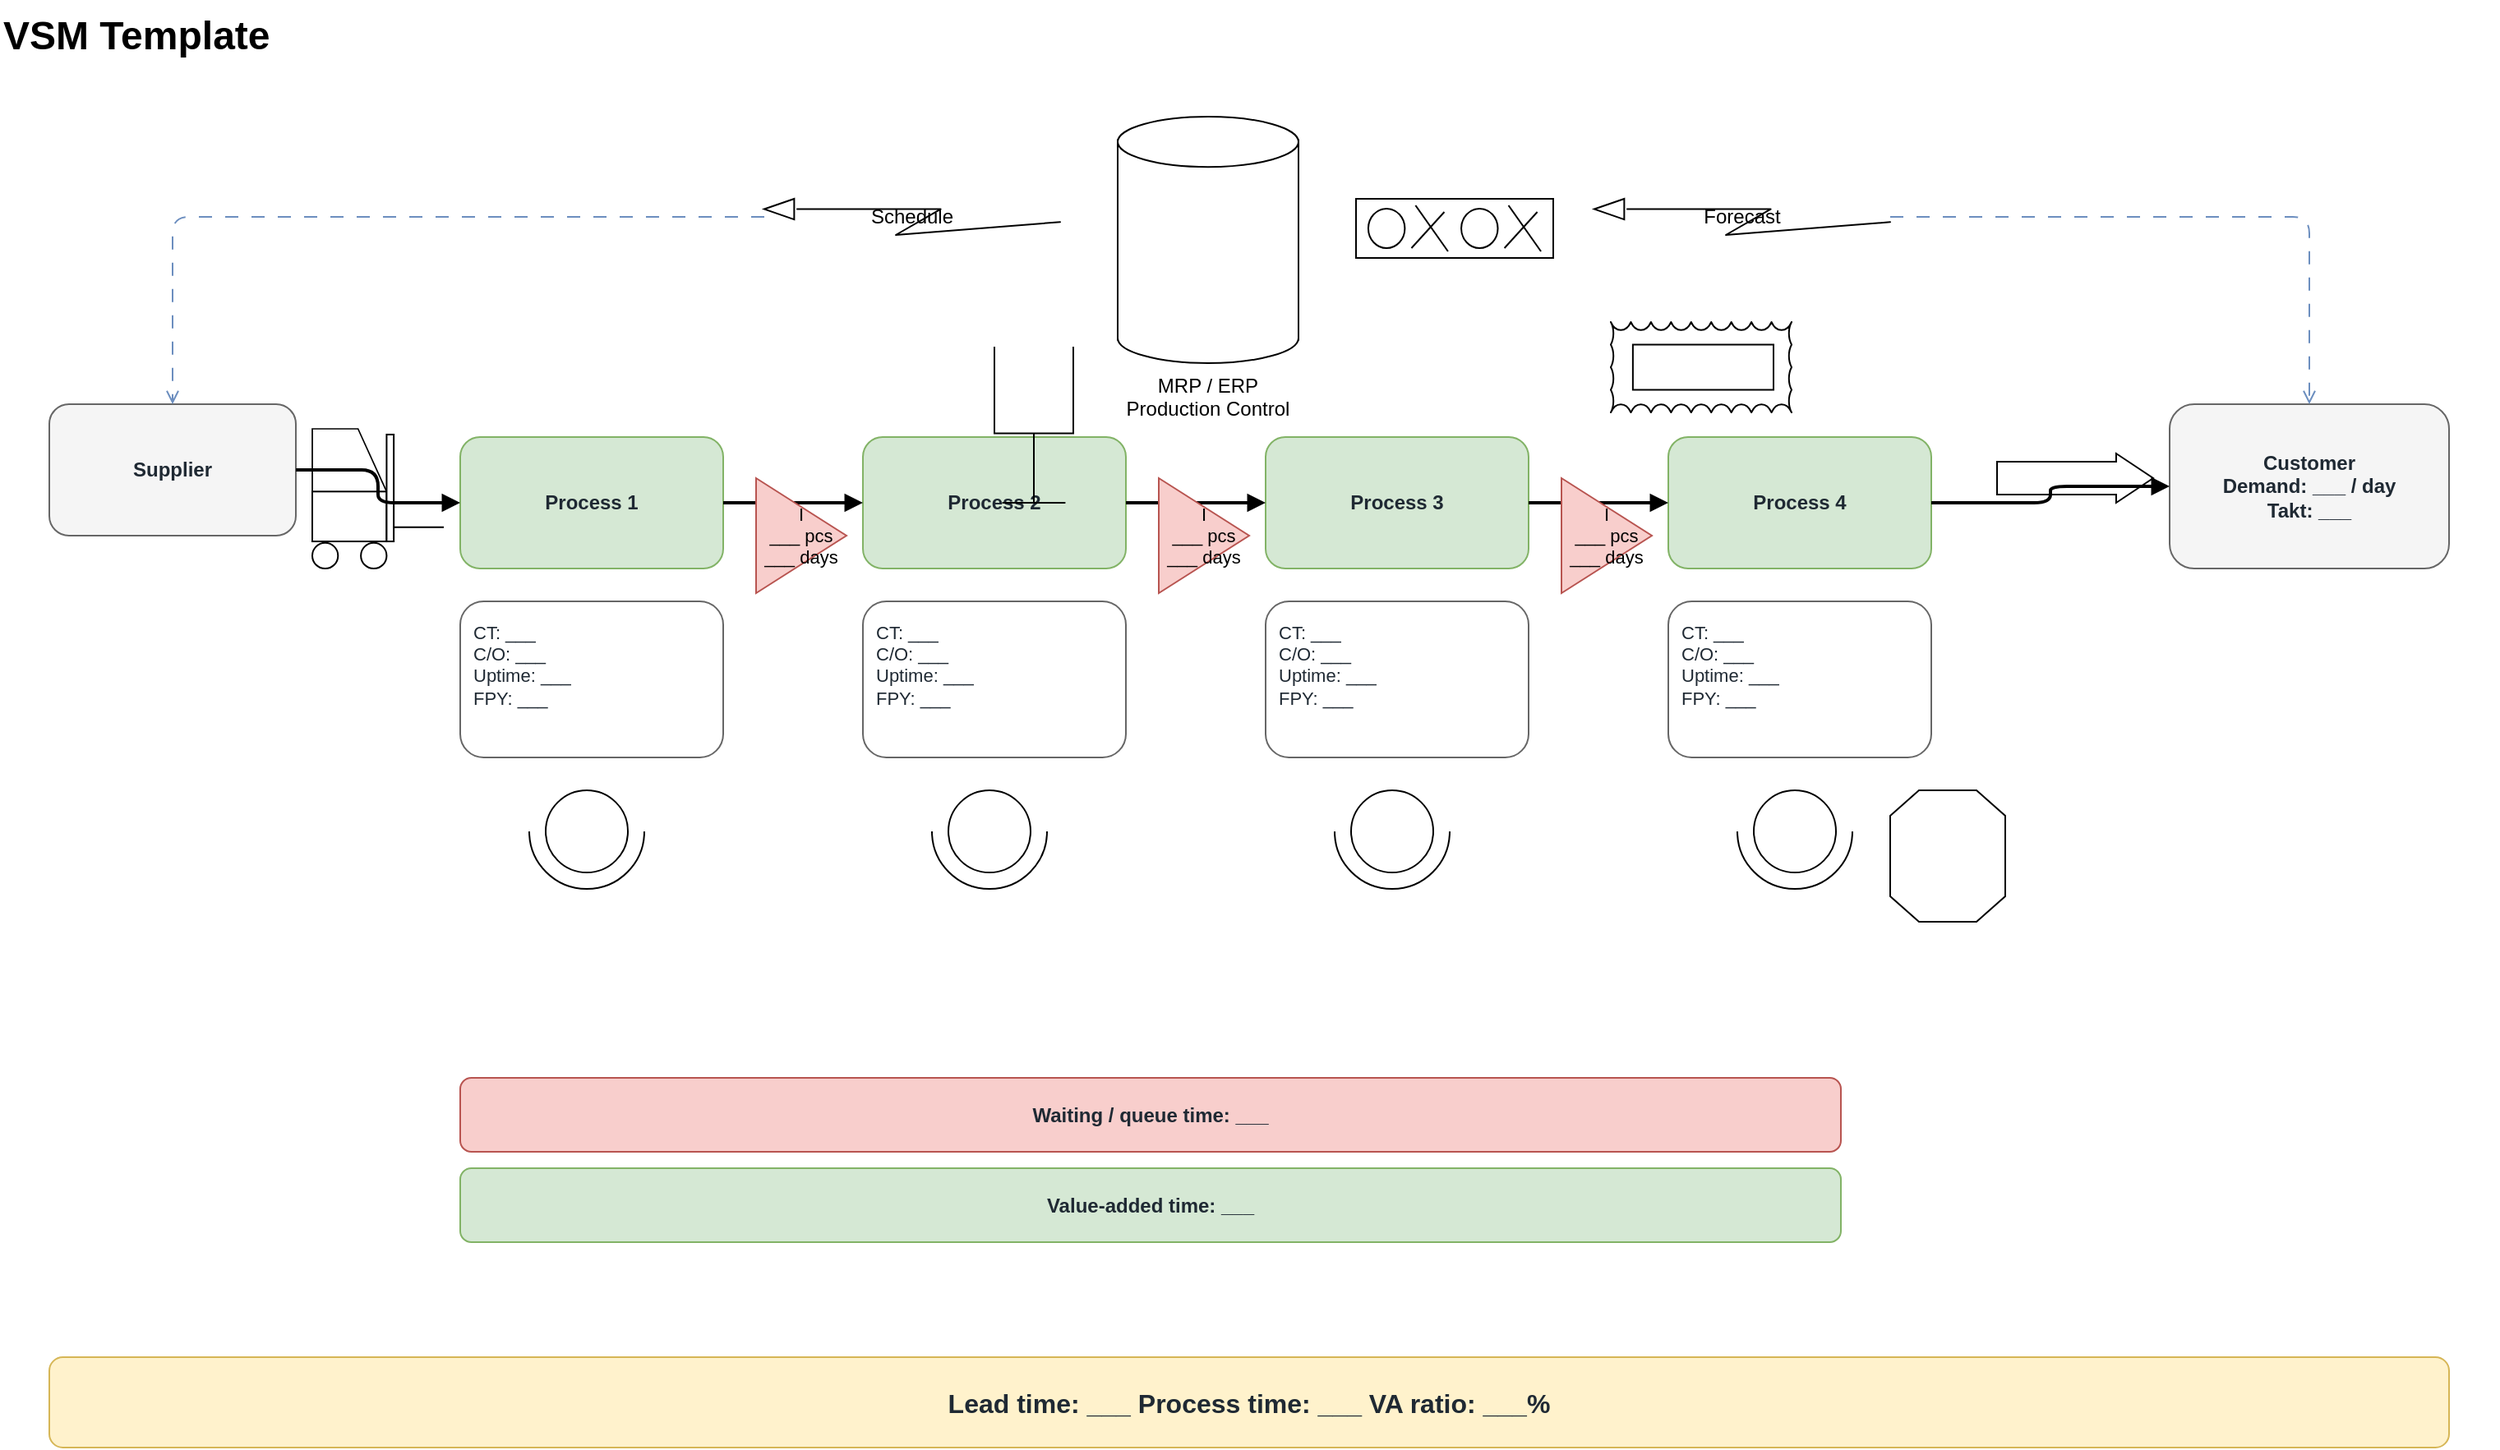
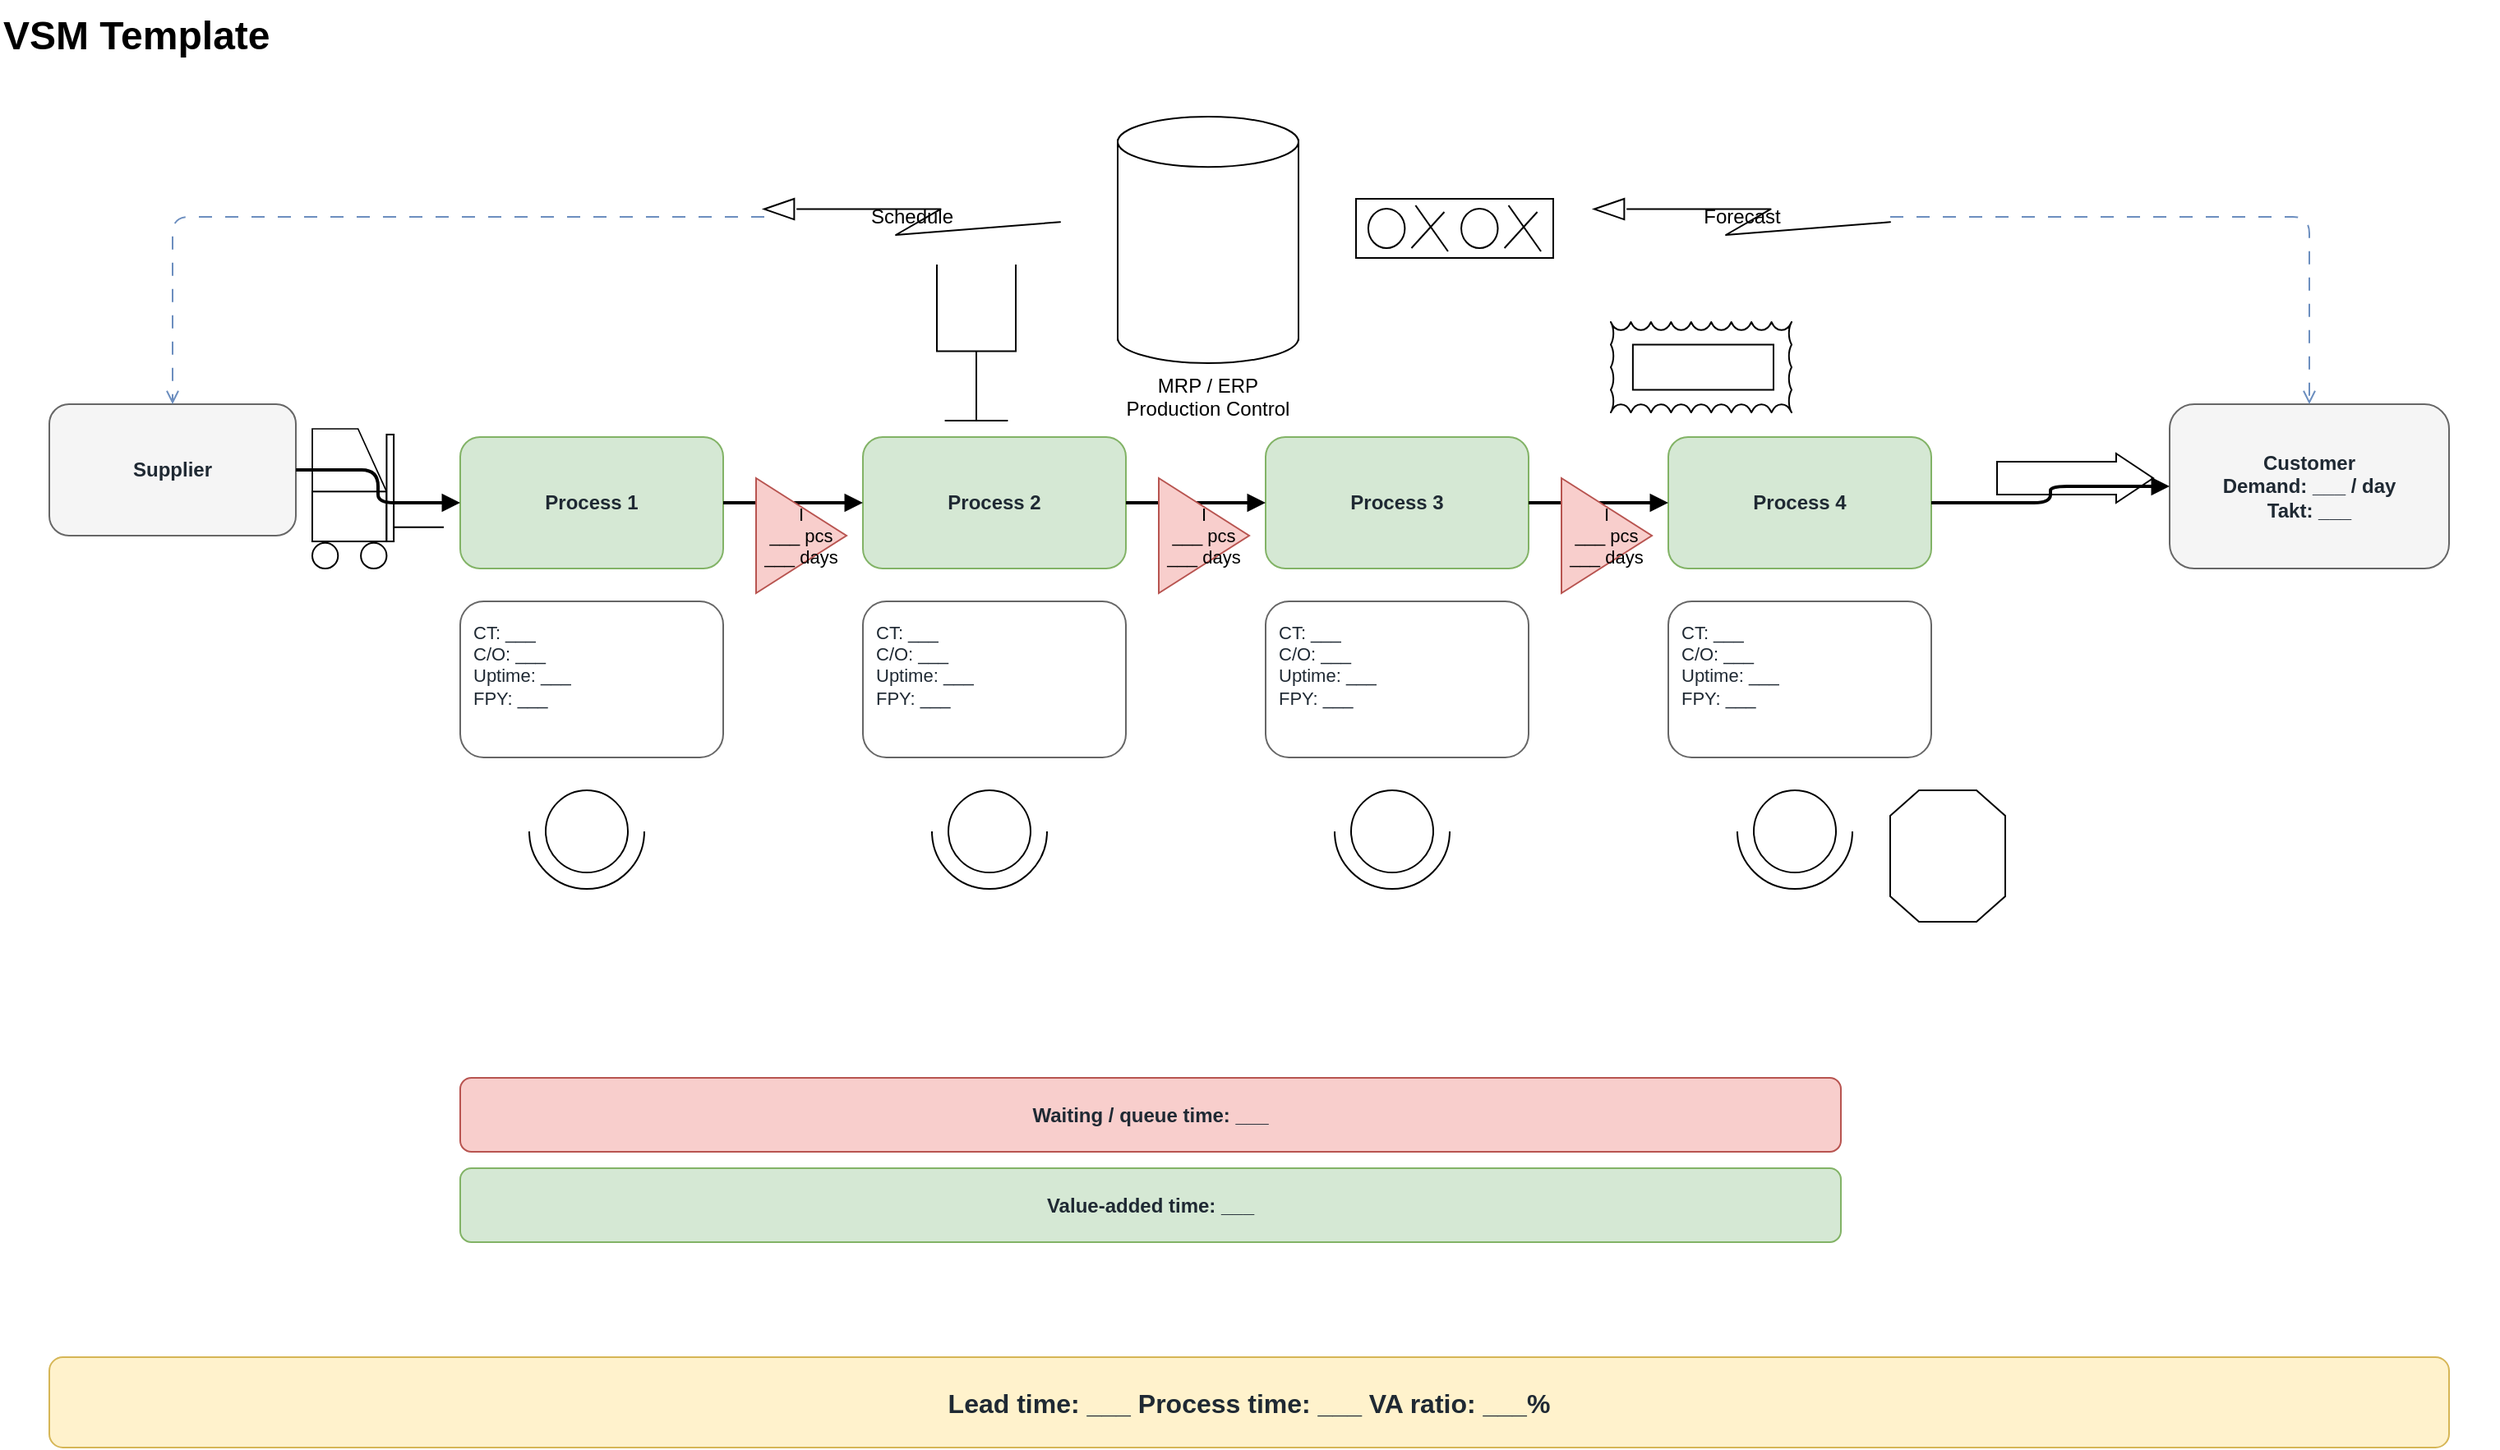
- <mxfile host="app.diagrams.net" modified="2026-06-13T18:34:09+00:00" agent="Codex drawio-lean-six-sigma" version="26.0.0" type="device">
-   <diagram id="page-fbbcb2ee" name="VSM Template">
+ <mxfile host="app.diagrams.net" modified="2026-06-13T22:07:55+00:00" agent="Codex drawio-lean-six-sigma" version="26.0.0" type="device">
+   <diagram id="page-7565fa6c" name="VSM Template">
    <mxGraphModel dx="0" dy="0" grid="1" gridSize="10" guides="1" tooltips="1" connect="1" arrows="1" fold="1" page="1" pageScale="1" pageWidth="1600" pageHeight="1000" math="0" shadow="0">
      <root>
        <mxCell id="0" />
        <mxCell id="1" parent="0" />
        <mxCell id="title" value="VSM Template" style="text;html=1;strokeColor=none;fillColor=none;fontSize=24;fontStyle=1;align=left;verticalAlign=middle;" vertex="1" parent="1">
          <mxGeometry x="40" y="24" width="1520" height="44" as="geometry" />
        </mxCell>
        <mxCell id="supplier" value="Supplier" style="rounded=1;whiteSpace=wrap;html=1;fillColor=#F5F5F5;strokeColor=#666666;fontColor=#1F2933;fontStyle=1;" vertex="1" parent="1">
          <mxGeometry x="70" y="270" width="150" height="80" as="geometry" />
        </mxCell>
        <mxCell id="forklift" value="" style="shape=mxgraph.lean_mapping.move_by_forklift;whiteSpace=wrap;html=1;aspect=fixed;" vertex="1" parent="1">
          <mxGeometry x="230" y="285" width="80" height="85" as="geometry" />
        </mxCell>
        <mxCell id="customer" value="Customer&lt;br&gt;Demand: ___ / day&lt;br&gt;Takt: ___" style="rounded=1;whiteSpace=wrap;html=1;fillColor=#F5F5F5;strokeColor=#666666;fontColor=#1F2933;fontStyle=1;" vertex="1" parent="1">
          <mxGeometry x="1360" y="270" width="170" height="100" as="geometry" />
        </mxCell>
        <mxCell id="ship_customer" value="" style="shape=mxgraph.lean_mapping.finished_goods_to_customer;whiteSpace=wrap;html=1;aspect=fixed;" vertex="1" parent="1">
          <mxGeometry x="1255" y="300" width="95" height="30" as="geometry" />
        </mxCell>
        <mxCell id="control" value="MRP / ERP&lt;br&gt;Production Control" style="shape=mxgraph.lean_mapping.mrp_erp;whiteSpace=wrap;html=1;aspect=fixed;verticalLabelPosition=bottom;verticalAlign=top;" vertex="1" parent="1">
          <mxGeometry x="720" y="95" width="110" height="150" as="geometry" />
        </mxCell>
        <mxCell id="heijunka" value="" style="shape=mxgraph.lean_mapping.load_leveling;whiteSpace=wrap;html=1;aspect=fixed;" vertex="1" parent="1">
          <mxGeometry x="865" y="145" width="120" height="36" as="geometry" />
        </mxCell>
        <mxCell id="schedule" value="Schedule" style="shape=mxgraph.lean_mapping.electronic_info_flow;whiteSpace=wrap;html=1;aspect=fixed;" vertex="1" parent="1">
          <mxGeometry x="505" y="145" width="180" height="22" as="geometry" />
        </mxCell>
        <mxCell id="forecast" value="Forecast" style="shape=mxgraph.lean_mapping.electronic_info_flow;whiteSpace=wrap;html=1;aspect=fixed;" vertex="1" parent="1">
          <mxGeometry x="1010" y="145" width="180" height="22" as="geometry" />
        </mxCell>
        <mxCell id="proc0" value="Process 1" style="rounded=1;whiteSpace=wrap;html=1;fillColor=#D5E8D4;strokeColor=#82B366;fontColor=#1F2933;fontStyle=1;" vertex="1" parent="1">
          <mxGeometry x="320" y="290" width="160" height="80" as="geometry" />
        </mxCell>
        <mxCell id="data0" value="CT: ___&lt;br&gt;C/O: ___&lt;br&gt;Uptime: ___&lt;br&gt;FPY: ___" style="rounded=1;whiteSpace=wrap;html=1;fillColor=#FFFFFF;strokeColor=#666666;fontColor=#1F2933;fontSize=11;align=left;verticalAlign=top;spacing=8;" vertex="1" parent="1">
          <mxGeometry x="320" y="390" width="160" height="95" as="geometry" />
        </mxCell>
        <mxCell id="operator0" value="" style="shape=mxgraph.lean_mapping.operator;whiteSpace=wrap;html=1;aspect=fixed;" vertex="1" parent="1">
          <mxGeometry x="362" y="505" width="70" height="60" as="geometry" />
        </mxCell>
        <mxCell id="mat0" value="" style="endArrow=block;html=1;rounded=1;edgeStyle=orthogonalEdgeStyle;strokeWidth=2;" edge="1" parent="1" source="supplier" target="proc0">
          <mxGeometry relative="1" as="geometry" />
        </mxCell>
        <mxCell id="proc1" value="Process 2" style="rounded=1;whiteSpace=wrap;html=1;fillColor=#D5E8D4;strokeColor=#82B366;fontColor=#1F2933;fontStyle=1;" vertex="1" parent="1">
          <mxGeometry x="565" y="290" width="160" height="80" as="geometry" />
        </mxCell>
        <mxCell id="data1" value="CT: ___&lt;br&gt;C/O: ___&lt;br&gt;Uptime: ___&lt;br&gt;FPY: ___" style="rounded=1;whiteSpace=wrap;html=1;fillColor=#FFFFFF;strokeColor=#666666;fontColor=#1F2933;fontSize=11;align=left;verticalAlign=top;spacing=8;" vertex="1" parent="1">
          <mxGeometry x="565" y="390" width="160" height="95" as="geometry" />
        </mxCell>
        <mxCell id="operator1" value="" style="shape=mxgraph.lean_mapping.operator;whiteSpace=wrap;html=1;aspect=fixed;" vertex="1" parent="1">
          <mxGeometry x="607" y="505" width="70" height="60" as="geometry" />
        </mxCell>
        <mxCell id="mat1" value="" style="endArrow=block;html=1;rounded=1;edgeStyle=orthogonalEdgeStyle;strokeWidth=2;" edge="1" parent="1" source="proc0" target="proc1">
          <mxGeometry relative="1" as="geometry" />
        </mxCell>
        <mxCell id="inv1" value="I&lt;br&gt;___ pcs&lt;br&gt;___ days" style="triangle;whiteSpace=wrap;html=1;fillColor=#F8CECC;strokeColor=#B85450;fontSize=11;" vertex="1" parent="1">
          <mxGeometry x="500" y="315" width="55" height="70" as="geometry" />
        </mxCell>
        <mxCell id="proc2" value="Process 3" style="rounded=1;whiteSpace=wrap;html=1;fillColor=#D5E8D4;strokeColor=#82B366;fontColor=#1F2933;fontStyle=1;" vertex="1" parent="1">
          <mxGeometry x="810" y="290" width="160" height="80" as="geometry" />
        </mxCell>
        <mxCell id="data2" value="CT: ___&lt;br&gt;C/O: ___&lt;br&gt;Uptime: ___&lt;br&gt;FPY: ___" style="rounded=1;whiteSpace=wrap;html=1;fillColor=#FFFFFF;strokeColor=#666666;fontColor=#1F2933;fontSize=11;align=left;verticalAlign=top;spacing=8;" vertex="1" parent="1">
          <mxGeometry x="810" y="390" width="160" height="95" as="geometry" />
        </mxCell>
        <mxCell id="operator2" value="" style="shape=mxgraph.lean_mapping.operator;whiteSpace=wrap;html=1;aspect=fixed;" vertex="1" parent="1">
          <mxGeometry x="852" y="505" width="70" height="60" as="geometry" />
        </mxCell>
        <mxCell id="mat2" value="" style="endArrow=block;html=1;rounded=1;edgeStyle=orthogonalEdgeStyle;strokeWidth=2;" edge="1" parent="1" source="proc1" target="proc2">
          <mxGeometry relative="1" as="geometry" />
        </mxCell>
        <mxCell id="inv2" value="I&lt;br&gt;___ pcs&lt;br&gt;___ days" style="triangle;whiteSpace=wrap;html=1;fillColor=#F8CECC;strokeColor=#B85450;fontSize=11;" vertex="1" parent="1">
          <mxGeometry x="745" y="315" width="55" height="70" as="geometry" />
        </mxCell>
        <mxCell id="proc3" value="Process 4" style="rounded=1;whiteSpace=wrap;html=1;fillColor=#D5E8D4;strokeColor=#82B366;fontColor=#1F2933;fontStyle=1;" vertex="1" parent="1">
          <mxGeometry x="1055" y="290" width="160" height="80" as="geometry" />
        </mxCell>
        <mxCell id="data3" value="CT: ___&lt;br&gt;C/O: ___&lt;br&gt;Uptime: ___&lt;br&gt;FPY: ___" style="rounded=1;whiteSpace=wrap;html=1;fillColor=#FFFFFF;strokeColor=#666666;fontColor=#1F2933;fontSize=11;align=left;verticalAlign=top;spacing=8;" vertex="1" parent="1">
          <mxGeometry x="1055" y="390" width="160" height="95" as="geometry" />
        </mxCell>
        <mxCell id="operator3" value="" style="shape=mxgraph.lean_mapping.operator;whiteSpace=wrap;html=1;aspect=fixed;" vertex="1" parent="1">
          <mxGeometry x="1097" y="505" width="70" height="60" as="geometry" />
        </mxCell>
        <mxCell id="mat3" value="" style="endArrow=block;html=1;rounded=1;edgeStyle=orthogonalEdgeStyle;strokeWidth=2;" edge="1" parent="1" source="proc2" target="proc3">
          <mxGeometry relative="1" as="geometry" />
        </mxCell>
        <mxCell id="inv3" value="I&lt;br&gt;___ pcs&lt;br&gt;___ days" style="triangle;whiteSpace=wrap;html=1;fillColor=#F8CECC;strokeColor=#B85450;fontSize=11;" vertex="1" parent="1">
          <mxGeometry x="990" y="315" width="55" height="70" as="geometry" />
        </mxCell>
        <mxCell id="mat_end" value="" style="endArrow=block;html=1;rounded=1;edgeStyle=orthogonalEdgeStyle;strokeWidth=2;" edge="1" parent="1" source="proc3" target="customer">
          <mxGeometry relative="1" as="geometry" />
        </mxCell>
        <mxCell id="info1" value="" style="endArrow=block;html=1;rounded=1;edgeStyle=orthogonalEdgeStyle;endArrow=open;dashed=1;dashPattern=8 8;strokeColor=#6C8EBF;" edge="1" parent="1" source="forecast" target="customer">
          <mxGeometry relative="1" as="geometry" />
        </mxCell>
        <mxCell id="info2" value="" style="endArrow=block;html=1;rounded=1;edgeStyle=orthogonalEdgeStyle;endArrow=open;dashed=1;dashPattern=8 8;strokeColor=#6C8EBF;" edge="1" parent="1" source="schedule" target="supplier">
          <mxGeometry relative="1" as="geometry" />
        </mxCell>
        <mxCell id="kanban" value="" style="shape=mxgraph.lean_mapping.kanban_post;whiteSpace=wrap;html=1;aspect=fixed;" vertex="1" parent="1">
-           <mxGeometry x="645" y="235" width="48" height="95" as="geometry" />
+           <mxGeometry x="610" y="185" width="48" height="95" as="geometry" />
        </mxCell>
        <mxCell id="kaizen" value="" style="shape=mxgraph.lean_mapping.kaizen_lightening_burst;whiteSpace=wrap;html=1;aspect=fixed;" vertex="1" parent="1">
          <mxGeometry x="1020" y="220" width="110" height="55" as="geometry" />
        </mxCell>
        <mxCell id="quality" value="" style="shape=mxgraph.lean_mapping.quality_problem;whiteSpace=wrap;html=1;aspect=fixed;" vertex="1" parent="1">
          <mxGeometry x="1190" y="505" width="70" height="80" as="geometry" />
        </mxCell>
        <mxCell id="timeline_wait" value="Waiting / queue time: ___" style="rounded=1;whiteSpace=wrap;html=1;fillColor=#F8CECC;strokeColor=#B85450;fontColor=#1F2933;fontStyle=1;" vertex="1" parent="1">
          <mxGeometry x="320" y="680" width="840" height="45" as="geometry" />
        </mxCell>
        <mxCell id="timeline_va" value="Value-added time: ___" style="rounded=1;whiteSpace=wrap;html=1;fillColor=#D5E8D4;strokeColor=#82B366;fontColor=#1F2933;fontStyle=1;" vertex="1" parent="1">
          <mxGeometry x="320" y="735" width="840" height="45" as="geometry" />
        </mxCell>
        <mxCell id="summary" value="Lead time: ___    Process time: ___    VA ratio: ___%" style="rounded=1;whiteSpace=wrap;html=1;fillColor=#FFF2CC;strokeColor=#D6B656;fontColor=#1F2933;fontStyle=1;fontSize=16;" vertex="1" parent="1">
          <mxGeometry x="70" y="850" width="1460" height="55" as="geometry" />
        </mxCell>
      </root>
    </mxGraphModel>
  </diagram>
</mxfile>